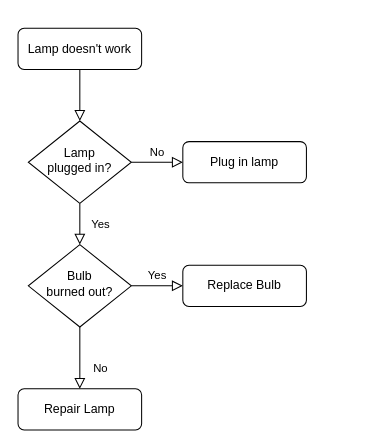
Above: Untitled Diagram.drawio in legenddandan/spatialIndex (draw.io), before the change. Source tidied: cells renumbered, new cells numbered last; positions are measured from the earlier drawing's top-left corner, leaving out a move shared by most shapes. Both pictures are drawn from the tidied source at 103%, with x=0, y=0 at pixel (18, 28).
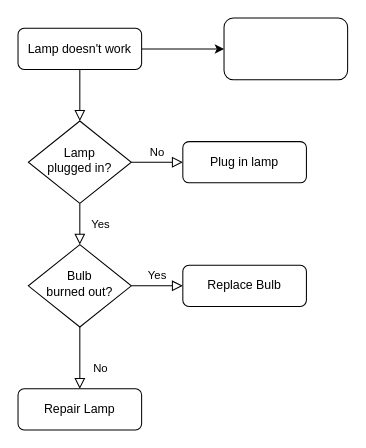
The same diagram, later.

Change to the diagram source:
```diff
@@
 <mxGraphModel>
   <root>
     <mxCell id="0" />
     <mxCell id="1" parent="0" />
     <mxCell id="2" style="rounded=0;html=1;jettySize=auto;fontSize=11;endArrow=block;endFill=0;endSize=8;strokeWidth=1;shadow=0;labelBackgroundColor=none;edgeStyle=orthogonalEdgeStyle;" parent="1" edge="1" source="3" target="6">
       <mxGeometry relative="1" as="geometry" />
     </mxCell>
+    <mxCell id="13" style="edgeStyle=orthogonalEdgeStyle;rounded=0;jettySize=auto;html=1;" parent="1" edge="1" source="3" target="14">
+      <mxGeometry relative="1" as="geometry" />
+    </mxCell>
     <mxCell id="3" value="Lamp doesn't work" style="rounded=1;whiteSpace=wrap;html=1;fontSize=12;glass=0;strokeWidth=1;shadow=0;" parent="1" vertex="1">
       <mxGeometry width="120" height="40" as="geometry" />
     </mxCell>
     <mxCell id="4" value="Yes" style="rounded=0;html=1;jettySize=auto;fontSize=11;endArrow=block;endFill=0;endSize=8;strokeWidth=1;shadow=0;labelBackgroundColor=none;edgeStyle=orthogonalEdgeStyle;" parent="1" edge="1" source="6" target="10">
       <mxGeometry y="20" relative="1" as="geometry" />
     </mxCell>
     <mxCell id="5" value="No" style="edgeStyle=orthogonalEdgeStyle;rounded=0;html=1;jettySize=auto;fontSize=11;endArrow=block;endFill=0;endSize=8;strokeWidth=1;shadow=0;labelBackgroundColor=none;" parent="1" edge="1" source="6" target="7">
       <mxGeometry y="10" relative="1" as="geometry" />
     </mxCell>
     <mxCell id="6" value="Lamp&lt;br&gt;plugged in?" style="rhombus;whiteSpace=wrap;html=1;shadow=0;fontFamily=Helvetica;fontSize=12;align=center;strokeWidth=1;spacing=6;spacingTop=-4;" parent="1" vertex="1">
       <mxGeometry x="10" y="90" width="100" height="80" as="geometry" />
     </mxCell>
     <mxCell id="7" value="Plug in lamp" style="rounded=1;whiteSpace=wrap;html=1;fontSize=12;glass=0;strokeWidth=1;shadow=0;" parent="1" vertex="1">
       <mxGeometry x="160" y="110" width="120" height="40" as="geometry" />
     </mxCell>
     <mxCell id="8" value="No" style="rounded=0;html=1;jettySize=auto;fontSize=11;endArrow=block;endFill=0;endSize=8;strokeWidth=1;shadow=0;labelBackgroundColor=none;edgeStyle=orthogonalEdgeStyle;" parent="1" edge="1" source="10" target="11">
       <mxGeometry x="0.33" y="20" relative="1" as="geometry" />
     </mxCell>
     <mxCell id="9" value="Yes" style="edgeStyle=orthogonalEdgeStyle;rounded=0;html=1;jettySize=auto;fontSize=11;endArrow=block;endFill=0;endSize=8;strokeWidth=1;shadow=0;labelBackgroundColor=none;" parent="1" edge="1" source="10" target="12">
       <mxGeometry y="10" relative="1" as="geometry" />
     </mxCell>
     <mxCell id="10" value="Bulb&lt;br&gt;burned out?" style="rhombus;whiteSpace=wrap;html=1;shadow=0;fontFamily=Helvetica;fontSize=12;align=center;strokeWidth=1;spacing=6;spacingTop=-4;" parent="1" vertex="1">
       <mxGeometry x="10" y="210" width="100" height="80" as="geometry" />
     </mxCell>
     <mxCell id="11" value="Repair Lamp" style="rounded=1;whiteSpace=wrap;html=1;fontSize=12;glass=0;strokeWidth=1;shadow=0;" parent="1" vertex="1">
       <mxGeometry y="350" width="120" height="40" as="geometry" />
     </mxCell>
     <mxCell id="12" value="Replace Bulb" style="rounded=1;whiteSpace=wrap;html=1;fontSize=12;glass=0;strokeWidth=1;shadow=0;" parent="1" vertex="1">
       <mxGeometry x="160" y="230" width="120" height="40" as="geometry" />
     </mxCell>
+    <mxCell id="14" style="rounded=1;whiteSpace=wrap;html=1;shadow=0;strokeWidth=1;glass=0;" parent="1" vertex="1">
+      <mxGeometry x="200" y="-10" width="120" height="60" as="geometry" />
+    </mxCell>
   </root>
 </mxGraphModel>
```
